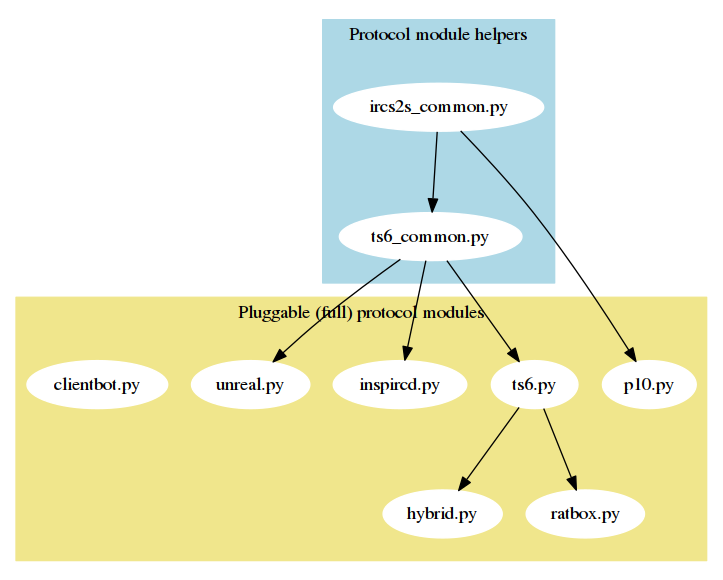
Before: docs/technical/protocol-modules.png, a diagram exported from Graphviz (PyLink/PyLink). Its source is kept beside it as docs/technical/protocol-modules.dot.
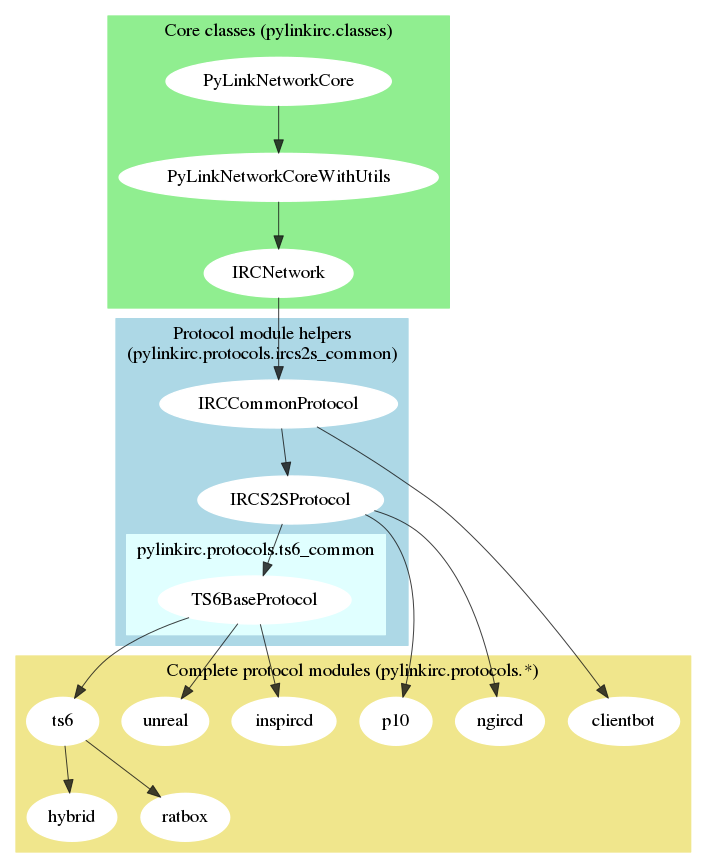
After the change.

Commit message:
docs: update protocol-modules graphic

The edit, as a diff of the source:
```diff
@@ -1,29 +1,48 @@
-/* Graph showing inheritance with the current PyLink protocol protocols:
+/* Graph showing inheritance with the current PyLink protocol modules:
  * Update using: dot -Tpng protocol-modules.dot > protocol-modules.png
  */
 
 digraph G {
-	ratio = 0.8; /* make the graph wider than tall */
+
+	edge [ penwidth=0.75, color="#111111CC" ];
+	subgraph cluster_core {
+		label="Core classes (pylinkirc.classes)";
+		style="filled";
+		node [style="filled",color="white"];
+		color="#90EE90";
+
+		"PyLinkNetworkCore" -> "PyLinkNetworkCoreWithUtils" -> "IRCNetwork";
+	}
+
 	subgraph cluster_helper {
-		label="Protocol module helpers";
+		label="Protocol module helpers\n(pylinkirc.protocols.ircs2s_common)";
 		style="filled";
 		node [style="filled",color="white"];
 		color="lightblue";
 
-		"ircs2s_common.py" -> "ts6_common.py";
+		"IRCNetwork" -> "IRCCommonProtocol" -> "IRCS2SProtocol" -> "TS6BaseProtocol";
+
+		subgraph cluster_helper {
+			label="pylinkirc.protocols.ts6_common";
+			style="filled";
+			color="lightcyan";
+
+			"TS6BaseProtocol";
+		}
 	}
 
 	subgraph cluster_pluggable {
-		label="Pluggable (full) protocol modules";
+		label="Complete protocol modules (pylinkirc.protocols.*)";
 		style="filled";
 		node [style="filled",color="white"];
 		color="khaki";
 
-		"ircs2s_common.py" -> "p10.py";
-		"ts6_common.py" -> "ts6.py" -> "hybrid.py";
-		"ts6.py" -> "ratbox.py";
-		"ts6_common.py" -> "inspircd.py";
-		"ts6_common.py" -> "unreal.py";
-		"clientbot.py";
+		"IRCS2SProtocol" -> "p10";
+		"IRCS2SProtocol" -> "ngircd";
+		"TS6BaseProtocol" -> "ts6" -> "hybrid";
+		"ts6" -> "ratbox";
+		"TS6BaseProtocol" -> "inspircd";
+		"TS6BaseProtocol" -> "unreal";
+		"IRCCommonProtocol" -> "clientbot";
 	}
 }
```
